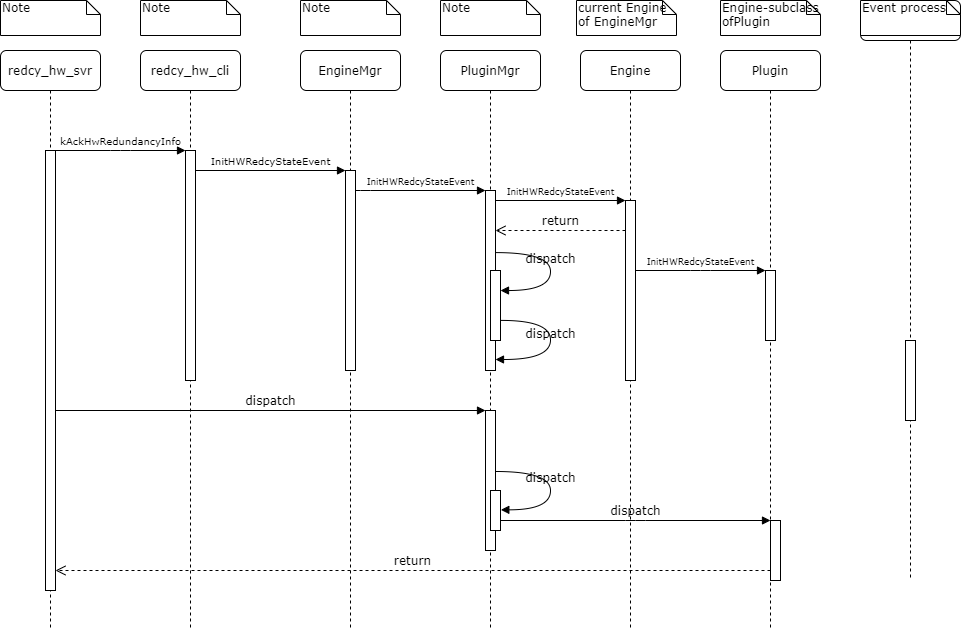
Above: UML/StartRedundancy.png in Steve888888/FN-Redundancy (draw.io), before the change. Source tidied: cells renumbered, new cells last; positions are measured from the earlier drawing's top-left corner, leaving out a move shared by most shapes.
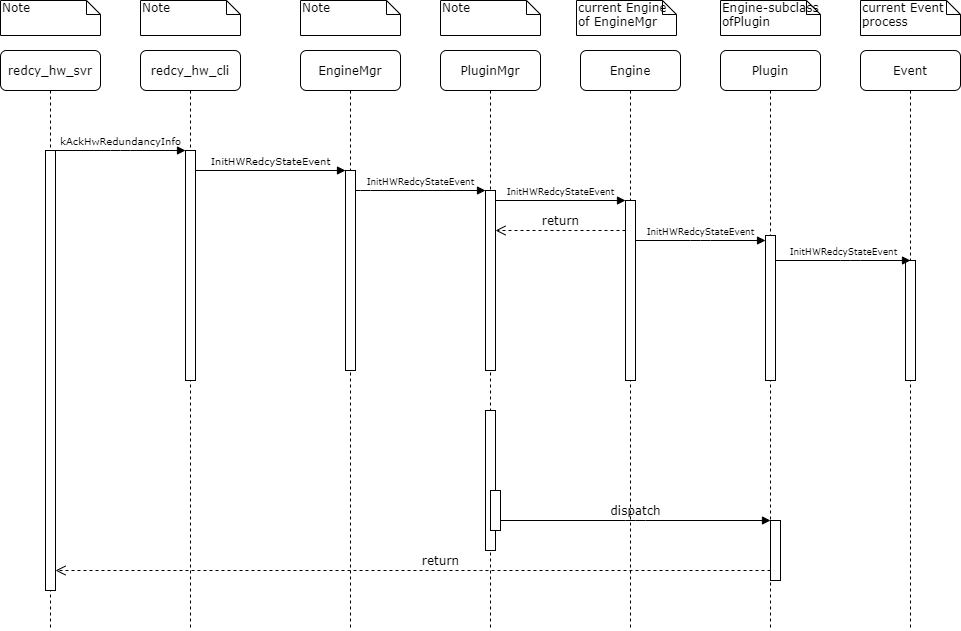
The same diagram one commit later.

Change to the diagram source:
```diff
@@ -24,13 +24,13 @@
       <mxGeometry x="720" y="50" width="100" height="580" as="geometry" />
     </mxCell>
     <mxCell id="9" style="html=1;perimeter=orthogonalPerimeter;rounded=0;shadow=0;comic=0;labelBackgroundColor=none;strokeWidth=1;fontFamily=Verdana;fontSize=12;align=center;" parent="8" vertex="1">
-      <mxGeometry x="45" y="220" width="10" height="70" as="geometry" />
+      <mxGeometry x="45" y="185" width="10" height="145" as="geometry" />
     </mxCell>
     <mxCell id="10" value="Event" style="shape=umlLifeline;perimeter=lifelinePerimeter;whiteSpace=wrap;html=1;rounded=1;shadow=0;comic=0;labelBackgroundColor=none;strokeWidth=1;fontFamily=Verdana;fontSize=12;align=center;" parent="1" vertex="1">
-      <mxGeometry x="860" width="100" height="580" as="geometry" />
+      <mxGeometry x="860" y="50" width="100" height="580" as="geometry" />
     </mxCell>
     <mxCell id="11" style="html=1;perimeter=orthogonalPerimeter;rounded=0;shadow=0;comic=0;labelBackgroundColor=none;strokeColor=#000000;strokeWidth=1;fillColor=#FFFFFF;fontFamily=Verdana;fontSize=12;fontColor=#000000;align=center;" parent="10" vertex="1">
-      <mxGeometry x="45" y="340" width="10" height="80" as="geometry" />
+      <mxGeometry x="45" y="210" width="10" height="120" as="geometry" />
     </mxCell>
     <mxCell id="12" value="redcy_hw_svr" style="shape=umlLifeline;perimeter=lifelinePerimeter;whiteSpace=wrap;html=1;rounded=1;shadow=0;comic=0;labelBackgroundColor=none;strokeWidth=1;fontFamily=Verdana;fontSize=12;align=center;" parent="1" vertex="1">
       <mxGeometry y="50" width="100" height="580" as="geometry" />
@@ -65,9 +65,6 @@
     <mxCell id="19" style="html=1;points=[];perimeter=orthogonalPerimeter;rounded=0;shadow=0;comic=0;labelBackgroundColor=none;strokeWidth=1;fontFamily=Verdana;fontSize=12;align=center;" parent="1" vertex="1">
       <mxGeometry x="485" y="410" width="10" height="140" as="geometry" />
     </mxCell>
-    <mxCell id="20" value="dispatch" style="html=1;verticalAlign=bottom;endArrow=block;entryX=0;entryY=0;labelBackgroundColor=none;fontFamily=Verdana;fontSize=12;" parent="1" edge="1" source="13" target="19">
-      <mxGeometry relative="1" as="geometry" />
-    </mxCell>
     <mxCell id="21" style="html=1;points=[];perimeter=orthogonalPerimeter;rounded=0;shadow=0;comic=0;labelBackgroundColor=none;strokeWidth=1;fontFamily=Verdana;fontSize=12;align=center;" parent="1" vertex="1">
       <mxGeometry x="770" y="520" width="10" height="60" as="geometry" />
     </mxCell>
@@ -75,7 +72,7 @@
       <mxGeometry relative="1" as="geometry" />
     </mxCell>
     <mxCell id="23" value="return" style="html=1;verticalAlign=bottom;endArrow=open;dashed=1;endSize=8;labelBackgroundColor=none;fontFamily=Verdana;fontSize=12;edgeStyle=elbowEdgeStyle;elbow=vertical;" parent="1" edge="1" source="21" target="13">
-      <mxGeometry relative="1" as="geometry">
+      <mxGeometry x="-0.08" relative="1" as="geometry">
         <Array as="points">
           <mxPoint x="470" y="570" />
         </Array>
@@ -87,39 +84,9 @@
     <mxCell id="25" value="&lt;font style=&quot;font-size: 10px&quot;&gt;InitHWRedcyStateEvent&lt;/font&gt;" style="html=1;verticalAlign=bottom;endArrow=block;entryX=0;entryY=0;labelBackgroundColor=none;fontFamily=Verdana;fontSize=12;edgeStyle=elbowEdgeStyle;elbow=vertical;" parent="1" edge="1" source="3" target="5">
       <mxGeometry relative="1" as="geometry" />
     </mxCell>
-    <mxCell id="26" style="html=1;points=[];perimeter=orthogonalPerimeter;rounded=0;shadow=0;comic=0;labelBackgroundColor=none;strokeWidth=1;fontFamily=Verdana;fontSize=12;align=center;" parent="1" vertex="1">
-      <mxGeometry x="490" y="270" width="10" height="70" as="geometry" />
-    </mxCell>
-    <mxCell id="27" value="dispatch" style="html=1;verticalAlign=bottom;endArrow=block;labelBackgroundColor=none;fontFamily=Verdana;fontSize=12;elbow=vertical;edgeStyle=orthogonalEdgeStyle;curved=1;entryX=1;entryY=0.286;entryPerimeter=0;exitX=1.038;exitY=0.345;exitPerimeter=0;" parent="1" edge="1" source="14" target="26">
-      <mxGeometry relative="1" as="geometry">
-        <Array as="points">
-          <mxPoint x="550" y="252" />
-          <mxPoint x="550" y="290" />
-        </Array>
-      </mxGeometry>
-    </mxCell>
-    <mxCell id="28" value="dispatch" style="html=1;verticalAlign=bottom;endArrow=block;labelBackgroundColor=none;fontFamily=Verdana;fontSize=12;elbow=vertical;edgeStyle=orthogonalEdgeStyle;curved=1;exitX=1.066;exitY=0.713;exitPerimeter=0;" parent="1" edge="1" source="26">
-      <mxGeometry relative="1" as="geometry">
-        <mxPoint x="495" y="359" as="targetPoint" />
-        <Array as="points">
-          <mxPoint x="550" y="320" />
-          <mxPoint x="550" y="359" />
-        </Array>
-      </mxGeometry>
-    </mxCell>
     <mxCell id="29" style="html=1;points=[];perimeter=orthogonalPerimeter;rounded=0;shadow=0;comic=0;labelBackgroundColor=none;strokeWidth=1;fontFamily=Verdana;fontSize=12;align=center;" parent="1" vertex="1">
       <mxGeometry x="490" y="490" width="10" height="40" as="geometry" />
     </mxCell>
-    <mxCell id="30" value="dispatch" style="html=1;verticalAlign=bottom;endArrow=block;labelBackgroundColor=none;fontFamily=Verdana;fontSize=12;elbow=vertical;edgeStyle=orthogonalEdgeStyle;curved=1;entryX=1;entryY=0.286;entryPerimeter=0;exitX=1.038;exitY=0.345;exitPerimeter=0;" parent="1" edge="1">
-      <mxGeometry relative="1" as="geometry">
-        <mxPoint x="495.3" y="471" as="sourcePoint" />
-        <mxPoint x="500.3" y="509.3" as="targetPoint" />
-        <Array as="points">
-          <mxPoint x="550" y="471" />
-          <mxPoint x="550" y="509" />
-        </Array>
-      </mxGeometry>
-    </mxCell>
     <mxCell id="31" value="Note" style="shape=note;whiteSpace=wrap;html=1;size=14;verticalAlign=top;align=left;spacingTop=-6;rounded=0;shadow=0;comic=0;labelBackgroundColor=none;strokeWidth=1;fontFamily=Verdana;fontSize=12;" parent="1" vertex="1">
       <mxGeometry width="100" height="35" as="geometry" />
     </mxCell>
@@ -138,14 +105,23 @@
     <mxCell id="36" value="Engine-subclass ofPlugin" style="shape=note;whiteSpace=wrap;html=1;size=14;verticalAlign=top;align=left;spacingTop=-6;rounded=0;shadow=0;comic=0;labelBackgroundColor=none;strokeWidth=1;fontFamily=Verdana;fontSize=12;" parent="1" vertex="1">
       <mxGeometry x="720" width="100" height="35" as="geometry" />
     </mxCell>
-    <mxCell id="37" value="Event process" style="shape=note;whiteSpace=wrap;html=1;size=14;verticalAlign=top;align=left;spacingTop=-6;rounded=0;shadow=0;comic=0;labelBackgroundColor=none;strokeWidth=1;fontFamily=Verdana;fontSize=12;" parent="1" vertex="1">
+    <mxCell id="37" value="current Event process&amp;nbsp;" style="shape=note;whiteSpace=wrap;html=1;size=14;verticalAlign=top;align=left;spacingTop=-6;rounded=0;shadow=0;comic=0;labelBackgroundColor=none;strokeWidth=1;fontFamily=Verdana;fontSize=12;" parent="1" vertex="1">
       <mxGeometry x="860" width="100" height="35" as="geometry" />
     </mxCell>
     <mxCell id="38" value="&lt;span style=&quot;font-size: 9px&quot;&gt;InitHWRedcyStateEvent&lt;/span&gt;" style="html=1;verticalAlign=bottom;endArrow=block;entryX=0;entryY=0;labelBackgroundColor=none;fontFamily=Verdana;fontSize=12;edgeStyle=elbowEdgeStyle;elbow=vertical;" parent="1" edge="1">
       <mxGeometry relative="1" as="geometry">
-        <mxPoint x="635" y="270" as="sourcePoint" />
-        <mxPoint x="765" y="270" as="targetPoint" />
+        <mxPoint x="635" y="240" as="sourcePoint" />
+        <mxPoint x="765" y="240" as="targetPoint" />
       </mxGeometry>
     </mxCell>
+    <mxCell id="39" value="&lt;span style=&quot;font-size: 9px&quot;&gt;InitHWRedcyStateEvent&lt;/span&gt;" style="html=1;verticalAlign=bottom;endArrow=block;labelBackgroundColor=none;fontFamily=Verdana;fontSize=12;edgeStyle=elbowEdgeStyle;elbow=vertical;" parent="1" edge="1">
+      <mxGeometry relative="1" as="geometry">
+        <mxPoint x="775" y="260" as="sourcePoint" />
+        <mxPoint x="910" y="260" as="targetPoint" />
+        <Array as="points">
+          <mxPoint x="850" y="260" />
+        </Array>
+      </mxGeometry>
+    </mxCell>
   </root>
 </mxGraphModel>
```
